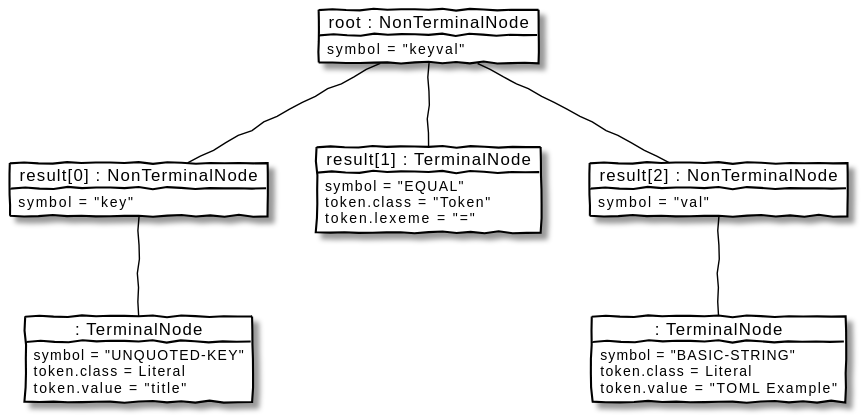
Before: www/iter_1c_cst.svg, a diagram exported from PlantUML (famished-tiger/Rley). Its diagram source:
```plantuml
@startuml
skinparam handwritten true
  skinparam object {
    BackgroundColor PaleGray
    BorderColor Black
    ArrowColor Black
  }
  object "root : NonTerminalNode" as root
  root : symbol = "keyval"

  object "result[0] : NonTerminalNode" as o1
  o1 : symbol = "key"

  object ": TerminalNode" as o2
  o2 : symbol = "UNQUOTED-KEY"
  o2 : token.class = Literal
  o2 : token.value = "title"

  object "result[1] : TerminalNode" as o3
  o3 : symbol = "EQUAL"
  o3 : token.class = "Token"
  o3 : token.lexeme = "="

  object "result[2] : NonTerminalNode" as o4
  o4 : symbol = "val"

  object ": TerminalNode" as o5
  o5 : symbol = "BASIC-STRING"
  o5 : token.class = Literal
  o5 : token.value = "TOML Example"

  root -down- o1
  root -down- o3
  root -down- o4
  o1 -down- o2
  o4 -down- o5
@enduml
```
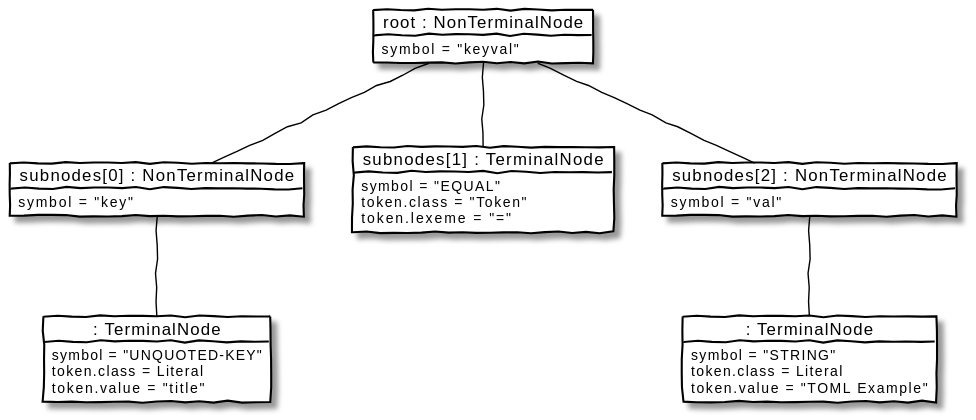
The same diagram one commit later.

Commit message:
Tutorial: Replaced  symbol `BASIC-STRING` into `STRING`

What changed in the source:
```diff
@@ -8,7 +8,7 @@
   object "root : NonTerminalNode" as root
   root : symbol = "keyval"
 
-  object "result[0] : NonTerminalNode" as o1
+  object "subnodes[0] : NonTerminalNode" as o1
   o1 : symbol = "key"
 
   object ": TerminalNode" as o2
@@ -16,16 +16,16 @@
   o2 : token.class = Literal
   o2 : token.value = "title"
 
-  object "result[1] : TerminalNode" as o3
+  object "subnodes[1] : TerminalNode" as o3
   o3 : symbol = "EQUAL"
   o3 : token.class = "Token"
   o3 : token.lexeme = "="
 
-  object "result[2] : NonTerminalNode" as o4
+  object "subnodes[2] : NonTerminalNode" as o4
   o4 : symbol = "val"
 
   object ": TerminalNode" as o5
-  o5 : symbol = "BASIC-STRING"
+  o5 : symbol = "STRING"
   o5 : token.class = Literal
   o5 : token.value = "TOML Example"
 
```
